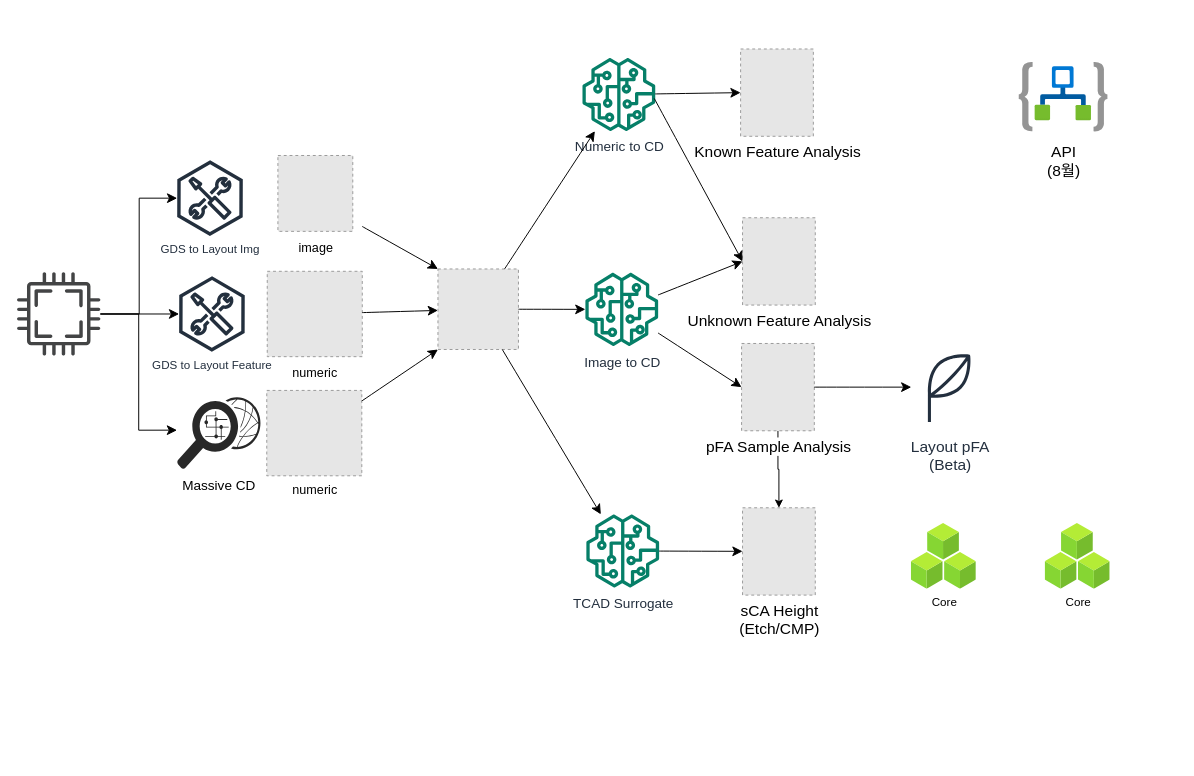
with2say/swarchitect keeps this draw.io diagram as page "페이지-2" (2 of 3) of DFM.drawio.xml. Above is the earlier version. Source tidied: cells renumbered, new cells numbered last; positions are measured from the earlier drawing's top-left corner, leaving out a move shared by most shapes. Both pictures are drawn from the tidied source at 97%, with x=0, y=0 at pixel (16, 48). Pictures stored in the file or linked from it are replaced by grey dashed boxes.
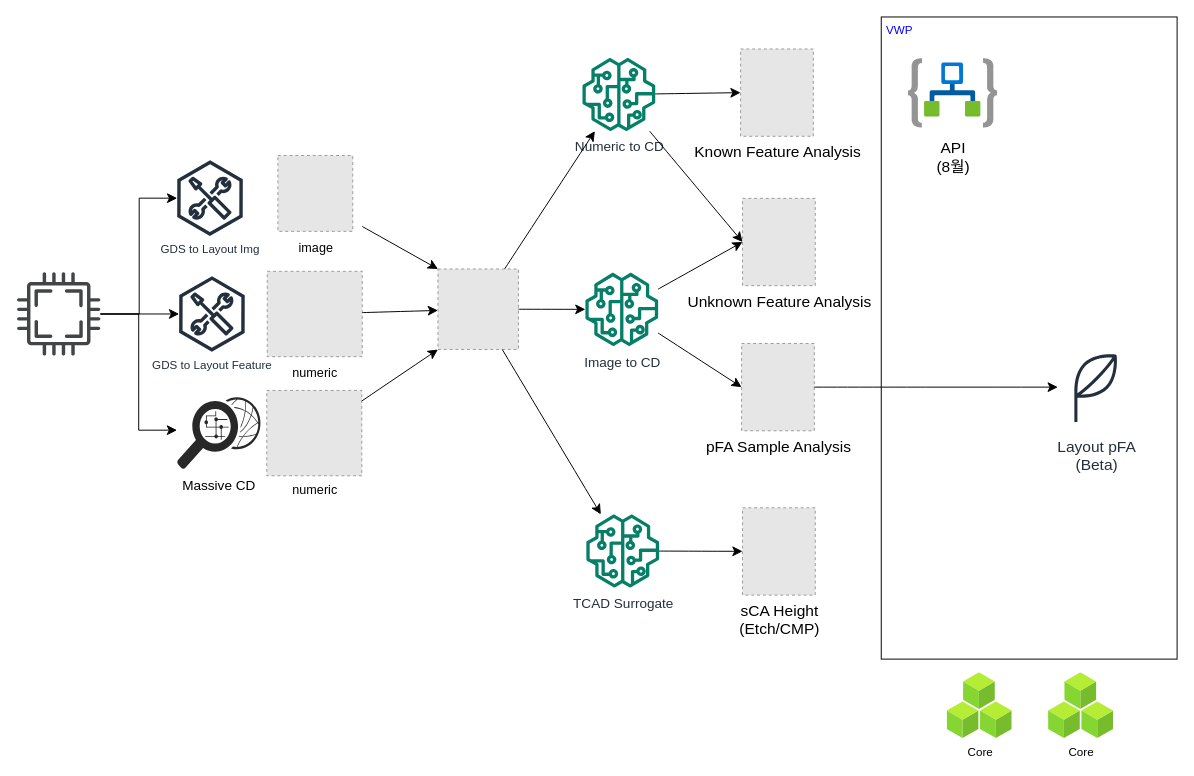
The same page after the edit.

The change refers to these unchanged cells:
```xml
<mxCell id="10" value="&lt;font style=&quot;font-size: 14px;&quot;&gt;Numeric to CD&lt;br&gt;&lt;br&gt;&lt;/font&gt;" style="sketch=0;outlineConnect=0;fontColor=#232F3E;gradientColor=none;fillColor=#067F68;strokeColor=none;dashed=0;verticalLabelPosition=bottom;verticalAlign=top;align=center;html=1;fontSize=12;fontStyle=0;shape=mxgraph.aws4.sagemaker_model;" parent="1" vertex="1">
  <mxGeometry x="583" y="7.4" width="75" height="79" as="geometry" />
</mxCell>
<mxCell id="12" value="sCA Height&lt;br&gt;(Etch/CMP)" style="fillColor=#E6E6E6;strokeColor=#999999;dashed=1;html=1;verticalLabelPosition=bottom;labelBackgroundColor=#ffffff;verticalAlign=top;fontSize=16;" parent="1" vertex="1">
  <mxGeometry x="748" y="473" width="75" height="90" as="geometry" />
</mxCell>
<mxCell id="25" value="pFA Sample Analysis" style="fillColor=#E6E6E6;strokeColor=#999999;dashed=1;html=1;verticalLabelPosition=bottom;labelBackgroundColor=#ffffff;verticalAlign=top;fontSize=16;" parent="1" vertex="1">
  <mxGeometry x="747" y="303.6" width="75" height="90" as="geometry" />
</mxCell>
```

Diff of the diagram source:
```diff
@@
-    <mxCell id="2" value="Core" style="image;html=1;align=center;fontSize=12;image=img/lib/azure2/general/Cubes.svg;" parent="1" vertex="1">
-      <mxGeometry x="922" y="489" width="67" height="68" as="geometry" />
-    </mxCell>
+    <mxCell id="37" value="&lt;font color=&quot;#0800ff&quot;&gt;&amp;nbsp;VWP&lt;/font&gt;" style="rounded=0;whiteSpace=wrap;html=1;fillColor=none;align=left;verticalAlign=top;" parent="1" vertex="1">
+      <mxGeometry x="891" y="-33" width="305" height="662" as="geometry" />
+    </mxCell>
@@
     <mxCell id="7" value="&lt;font style=&quot;font-size: 16px;&quot;&gt;Layout pFA&lt;br&gt;(Beta)&lt;br&gt;&lt;/font&gt;" style="sketch=0;outlineConnect=0;fontColor=#232F3E;gradientColor=none;strokeColor=#232F3E;fillColor=#ffffff;dashed=0;verticalLabelPosition=bottom;verticalAlign=top;align=center;html=1;fontSize=12;fontStyle=0;shape=mxgraph.aws4.resourceIcon;resIcon=mxgraph.aws4.application;" parent="1" vertex="1">
-      <mxGeometry x="922" y="303.6" width="80" height="90" as="geometry" />
+      <mxGeometry x="1073" y="303.6" width="80" height="90" as="geometry" />
     </mxCell>
@@
     <mxCell id="9" value="Unknown Feature Analysis" style="fillColor=#E6E6E6;strokeColor=#999999;dashed=1;html=1;verticalLabelPosition=bottom;labelBackgroundColor=#ffffff;verticalAlign=top;fontSize=16;" parent="1" vertex="1">
-      <mxGeometry x="748" y="174" width="75" height="90" as="geometry" />
+      <mxGeometry x="748" y="154" width="75" height="90" as="geometry" />
     </mxCell>
@@
-    <mxCell id="24" style="edgeStyle=orthogonalEdgeStyle;rounded=0;jettySize=auto;html=1;" parent="1" edge="1" source="25" target="12">
-      <mxGeometry relative="1" as="geometry" />
-    </mxCell>
@@
     <mxCell id="26" value="&lt;font style=&quot;font-size: 16px;&quot;&gt;API&lt;br&gt;(8월)&lt;/font&gt;" style="image;html=1;align=center;fontSize=12;image=img/lib/azure2/iot/Logic_Apps.svg;" parent="1" vertex="1">
-      <mxGeometry x="1033" y="9.4" width="91.9" height="80.6" as="geometry" />
+      <mxGeometry x="919" y="5.4" width="91.9" height="80.6" as="geometry" />
     </mxCell>
@@
     <mxCell id="35" value="Core" style="image;html=1;align=center;fontSize=12;image=img/lib/azure2/general/Cubes.svg;" parent="1" vertex="1">
-      <mxGeometry x="1060" y="489" width="67" height="68" as="geometry" />
+      <mxGeometry x="1063.5" y="643" width="67" height="68" as="geometry" />
     </mxCell>
-    <mxCell id="36" style="endArrow=classic;html=1;rounded=0;fontSize=12;startSize=8;endSize=8;curved=1;entryX=0;entryY=0.5;entryDx=0;entryDy=0;" parent="1" edge="1" target="9">
-      <mxGeometry relative="1" as="geometry">
-        <mxPoint x="657" y="51" as="sourcePoint" />
-      </mxGeometry>
+    <mxCell id="36" style="endArrow=classic;html=1;rounded=0;fontSize=12;startSize=8;endSize=8;curved=1;entryX=0;entryY=0.5;entryDx=0;entryDy=0;" parent="1" edge="1" source="10" target="9">
+      <mxGeometry relative="1" as="geometry" />
     </mxCell>
+    <mxCell id="2" value="Core" style="image;html=1;align=center;fontSize=12;image=img/lib/azure2/general/Cubes.svg;" parent="1" vertex="1">
+      <mxGeometry x="959" y="643" width="67" height="68" as="geometry" />
+    </mxCell>
```
